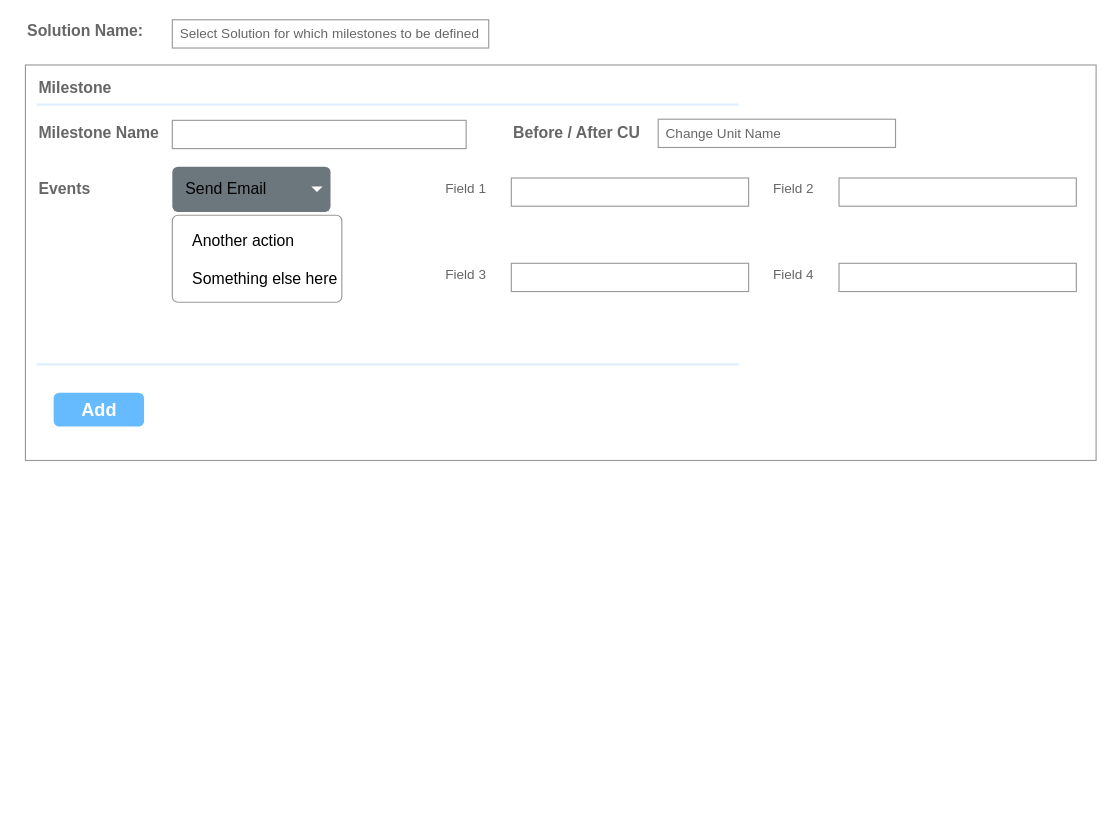
Above: SolutionJourny.drawio in bharathbv44/java (draw.io), before the change. Source tidied: cells renumbered, new cells numbered last; positions are measured from the earlier drawing's top-left corner, leaving out a move shared by most shapes. Both pictures are drawn from the tidied source at 113%, with x=0, y=0 at pixel (25, 64). Pictures stored in the file or linked from it are replaced by grey dashed boxes.
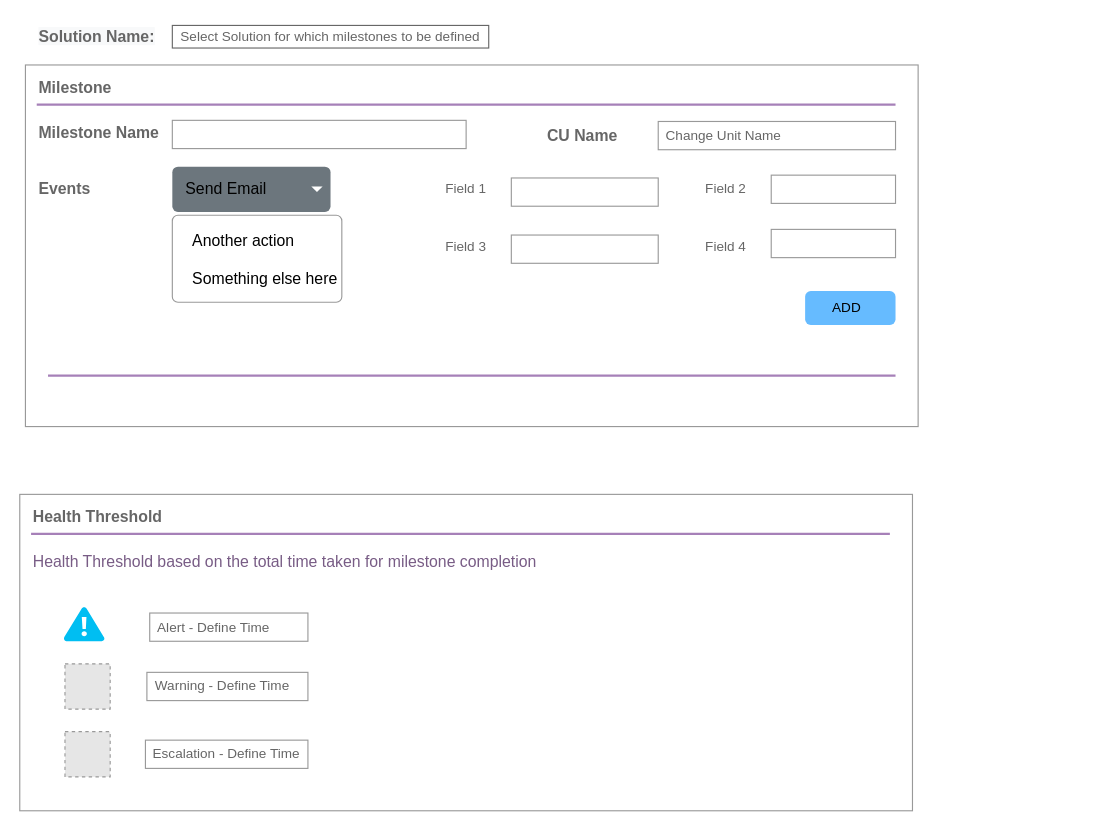
The same page after the edit.

What changed in the source:
```diff
@@
     <mxCell id="2" style="strokeWidth=1;shadow=0;dashed=0;align=center;html=1;shape=mxgraph.mockup.forms.rrect;rSize=0;strokeColor=#999999;fillColor=#ffffff;" parent="1" vertex="1">
-      <mxGeometry width="947.5" height="350" as="geometry" />
+      <mxGeometry width="790" height="320" as="geometry" />
     </mxCell>
+    <mxCell id="25" value="Field 1" style="strokeWidth=1;shadow=0;dashed=0;align=center;html=1;shape=mxgraph.mockup.forms.anchor;fontSize=12;fontColor=#666666;align=left;spacingLeft=0;" parent="1" vertex="1">
+      <mxGeometry x="370" y="100" width="110" height="20" as="geometry" />
+    </mxCell>
+    <mxCell id="26" value="Change Unit Name" style="strokeWidth=1;shadow=0;dashed=0;align=center;html=1;shape=mxgraph.mockup.forms.rrect;rSize=0;strokeColor=#999999;fontColor=#666666;align=left;spacingLeft=5;" parent="1" vertex="1">
+      <mxGeometry x="560" y="50" width="210" height="25" as="geometry" />
+    </mxCell>
-    <mxCell id="3" value="&lt;b style=&quot;font-size: 14px;&quot;&gt;Milestone&lt;/b&gt;" style="strokeWidth=1;shadow=0;dashed=0;align=center;html=1;shape=mxgraph.mockup.forms.anchor;fontSize=14;fontColor=#666666;align=left;spacingLeft=0;" parent="2" vertex="1">
-      <mxGeometry width="345" height="20" relative="1" as="geometry">
+    <mxCell id="3" value="&lt;b style=&quot;font-size: 14px;&quot;&gt;Milestone&lt;/b&gt;" style="strokeWidth=1;shadow=0;dashed=0;align=center;html=1;shape=mxgraph.mockup.forms.anchor;fontSize=14;fontColor=#666666;align=left;spacingLeft=0;" parent="1" vertex="1">
+      <mxGeometry width="345" height="20" as="geometry">
         <mxPoint x="10" y="10" as="offset" />
       </mxGeometry>
     </mxCell>
-    <mxCell id="4" style="shape=line;strokeColor=#ddeeff;strokeWidth=2;html=1;" parent="2" vertex="1">
-      <mxGeometry width="621" height="10" relative="1" as="geometry">
+    <mxCell id="4" style="shape=line;strokeWidth=2;html=1;strokeColor=#A680B8;" parent="1" vertex="1">
+      <mxGeometry x="10" y="30" width="760" height="10" as="geometry">
         <mxPoint x="10" y="30" as="offset" />
       </mxGeometry>
     </mxCell>
-    <mxCell id="5" value="&lt;b style=&quot;font-size: 14px;&quot;&gt;Solution Name:&lt;/b&gt;" style="strokeWidth=1;shadow=0;dashed=0;align=center;html=1;shape=mxgraph.mockup.forms.anchor;fontSize=14;fontColor=#666666;align=left;spacingLeft=0;" parent="2" vertex="1">
-      <mxGeometry width="345" height="20" relative="1" as="geometry">
-        <mxPoint y="-40" as="offset" />
-      </mxGeometry>
-    </mxCell>
-    <mxCell id="6" value="Select Solution for which milestones to be defined" style="strokeWidth=1;shadow=0;dashed=0;align=center;html=1;shape=mxgraph.mockup.forms.rrect;rSize=0;strokeColor=#999999;fontColor=#666666;align=left;spacingLeft=5;" parent="2" vertex="1">
-      <mxGeometry width="280" height="25" relative="1" as="geometry">
-        <mxPoint x="130" y="-40" as="offset" />
-      </mxGeometry>
-    </mxCell>
-    <mxCell id="7" value="&lt;b style=&quot;font-size: 14px;&quot;&gt;Milestone Name&lt;/b&gt;" style="strokeWidth=1;shadow=0;dashed=0;align=center;html=1;shape=mxgraph.mockup.forms.anchor;fontSize=14;fontColor=#666666;align=left;spacingLeft=0;" parent="2" vertex="1">
-      <mxGeometry width="110" height="20" relative="1" as="geometry">
+    <mxCell id="7" value="&lt;b style=&quot;font-size: 14px;&quot;&gt;Milestone Name&lt;/b&gt;" style="strokeWidth=1;shadow=0;dashed=0;align=center;html=1;shape=mxgraph.mockup.forms.anchor;fontSize=14;fontColor=#666666;align=left;spacingLeft=0;" parent="1" vertex="1">
+      <mxGeometry width="110" height="20" as="geometry">
         <mxPoint x="10" y="50" as="offset" />
       </mxGeometry>
     </mxCell>
-    <mxCell id="8" style="strokeWidth=1;shadow=0;dashed=0;align=center;html=1;shape=mxgraph.mockup.forms.rrect;rSize=0;strokeColor=#999999;fontColor=#666666;align=left;spacingLeft=5;" parent="2" vertex="1">
-      <mxGeometry width="260" height="25" relative="1" as="geometry">
+    <mxCell id="8" style="strokeWidth=1;shadow=0;dashed=0;align=center;html=1;shape=mxgraph.mockup.forms.rrect;rSize=0;strokeColor=#999999;fontColor=#666666;align=left;spacingLeft=5;" parent="1" vertex="1">
+      <mxGeometry x="130" y="49" width="260" height="25" as="geometry">
         <mxPoint x="130" y="49" as="offset" />
       </mxGeometry>
     </mxCell>
-    <mxCell id="9" style="shape=line;strokeColor=#ddeeff;strokeWidth=2;html=1;" parent="2" vertex="1">
-      <mxGeometry y="1" width="621" height="10" relative="1" as="geometry">
-        <mxPoint x="10" y="-90" as="offset" />
-      </mxGeometry>
-    </mxCell>
-    <mxCell id="10" value="Add" style="strokeWidth=1;shadow=0;dashed=0;align=center;html=1;shape=mxgraph.mockup.forms.rrect;rSize=5;strokeColor=none;fontColor=#ffffff;fillColor=#66bbff;fontSize=16;fontStyle=1;" parent="2" vertex="1">
-      <mxGeometry y="1" width="80" height="30" relative="1" as="geometry">
-        <mxPoint x="25" y="-60" as="offset" />
+    <mxCell id="10" style="strokeWidth=1;shadow=0;dashed=0;align=center;html=1;shape=mxgraph.mockup.forms.rrect;rSize=5;strokeColor=none;fontColor=#ffffff;fillColor=#66bbff;fontSize=16;fontStyle=1;" parent="1" vertex="1">
+      <mxGeometry x="690" y="200" width="80" height="30" as="geometry">
+        <mxPoint x="770" y="-130" as="offset" />
       </mxGeometry>
     </mxCell>
-    <mxCell id="11" value="Events" style="strokeWidth=1;shadow=0;dashed=0;align=center;html=1;shape=mxgraph.mockup.forms.anchor;fontSize=14;fontColor=#666666;align=left;spacingLeft=0;fontStyle=1;" parent="2" vertex="1">
+    <mxCell id="11" value="Events" style="strokeWidth=1;shadow=0;dashed=0;align=center;html=1;shape=mxgraph.mockup.forms.anchor;fontSize=14;fontColor=#666666;align=left;spacingLeft=0;fontStyle=1;" parent="1" vertex="1">
       <mxGeometry x="10" y="100" width="110" height="20" as="geometry" />
     </mxCell>
-    <mxCell id="12" value="&lt;span style=&quot;color: rgb(0 , 0 , 0)&quot;&gt;Send Email&lt;/span&gt;" style="html=1;shadow=0;dashed=0;shape=mxgraph.bootstrap.rrect;rSize=5;strokeColor=none;strokeWidth=1;fillColor=#6C767D;fontColor=#ffffff;whiteSpace=wrap;align=left;verticalAlign=middle;fontStyle=0;fontSize=14;spacingLeft=10;" parent="2" vertex="1">
+    <mxCell id="12" value="&lt;span style=&quot;color: rgb(0 , 0 , 0)&quot;&gt;Send Email&lt;/span&gt;" style="html=1;shadow=0;dashed=0;shape=mxgraph.bootstrap.rrect;rSize=5;strokeColor=none;strokeWidth=1;fillColor=#6C767D;fontColor=#ffffff;whiteSpace=wrap;align=left;verticalAlign=middle;fontStyle=0;fontSize=14;spacingLeft=10;" parent="1" vertex="1">
       <mxGeometry x="130" y="90" width="140" height="40" as="geometry" />
     </mxCell>
@@
-    <mxCell id="14" style="html=1;shadow=0;dashed=0;shape=mxgraph.bootstrap.rrect;rSize=5;fillColor=#ffffff;strokeColor=#999999;" parent="2" vertex="1">
+    <mxCell id="14" style="html=1;shadow=0;dashed=0;shape=mxgraph.bootstrap.rrect;rSize=5;fillColor=#ffffff;strokeColor=#999999;" parent="1" vertex="1">
       <mxGeometry x="130" y="133" width="150" height="77" as="geometry" />
     </mxCell>
@@
-    <mxCell id="17" style="strokeWidth=1;shadow=0;dashed=0;align=center;html=1;shape=mxgraph.mockup.forms.rrect;rSize=0;strokeColor=#999999;fontColor=#666666;align=left;spacingLeft=5;" parent="2" vertex="1">
-      <mxGeometry x="430" y="100" width="210" height="25" as="geometry" />
+    <mxCell id="17" style="strokeWidth=1;shadow=0;dashed=0;align=center;html=1;shape=mxgraph.mockup.forms.rrect;rSize=0;strokeColor=#999999;fontColor=#666666;align=left;spacingLeft=5;" parent="1" vertex="1">
+      <mxGeometry x="430" y="100" width="130" height="25" as="geometry" />
     </mxCell>
-    <mxCell id="18" style="strokeWidth=1;shadow=0;dashed=0;align=center;html=1;shape=mxgraph.mockup.forms.rrect;rSize=0;strokeColor=#999999;fontColor=#666666;align=left;spacingLeft=5;" parent="2" vertex="1">
-      <mxGeometry x="720" y="100" width="210" height="25" as="geometry" />
+    <mxCell id="18" style="strokeWidth=1;shadow=0;dashed=0;align=center;html=1;shape=mxgraph.mockup.forms.rrect;rSize=0;strokeColor=#999999;fontColor=#666666;align=left;spacingLeft=5;" parent="1" vertex="1">
+      <mxGeometry x="660" y="97.5" width="110" height="25" as="geometry" />
     </mxCell>
-    <mxCell id="19" value="Field 2" style="strokeWidth=1;shadow=0;dashed=0;align=center;html=1;shape=mxgraph.mockup.forms.anchor;fontSize=12;fontColor=#666666;align=left;spacingLeft=0;" parent="2" vertex="1">
-      <mxGeometry x="660" y="100" width="110" height="20" as="geometry" />
+    <mxCell id="19" value="Field 2" style="strokeWidth=1;shadow=0;dashed=0;align=center;html=1;shape=mxgraph.mockup.forms.anchor;fontSize=12;fontColor=#666666;align=left;spacingLeft=0;" parent="1" vertex="1">
+      <mxGeometry x="600" y="100" width="110" height="20" as="geometry" />
     </mxCell>
-    <mxCell id="20" style="strokeWidth=1;shadow=0;dashed=0;align=center;html=1;shape=mxgraph.mockup.forms.rrect;rSize=0;strokeColor=#999999;fontColor=#666666;align=left;spacingLeft=5;" parent="2" vertex="1">
-      <mxGeometry x="430" y="175.5" width="210" height="25" as="geometry" />
+    <mxCell id="20" style="strokeWidth=1;shadow=0;dashed=0;align=center;html=1;shape=mxgraph.mockup.forms.rrect;rSize=0;strokeColor=#999999;fontColor=#666666;align=left;spacingLeft=5;" parent="1" vertex="1">
+      <mxGeometry x="430" y="150.5" width="130" height="25" as="geometry" />
     </mxCell>
-    <mxCell id="21" style="strokeWidth=1;shadow=0;dashed=0;align=center;html=1;shape=mxgraph.mockup.forms.rrect;rSize=0;strokeColor=#999999;fontColor=#666666;align=left;spacingLeft=5;" parent="2" vertex="1">
-      <mxGeometry x="720" y="175.5" width="210" height="25" as="geometry" />
+    <mxCell id="21" style="strokeWidth=1;shadow=0;dashed=0;align=center;html=1;shape=mxgraph.mockup.forms.rrect;rSize=0;strokeColor=#999999;fontColor=#666666;align=left;spacingLeft=5;" parent="1" vertex="1">
+      <mxGeometry x="660" y="145.5" width="110" height="25" as="geometry" />
     </mxCell>
-    <mxCell id="22" value="Field 4" style="strokeWidth=1;shadow=0;dashed=0;align=center;html=1;shape=mxgraph.mockup.forms.anchor;fontSize=12;fontColor=#666666;align=left;spacingLeft=0;" parent="2" vertex="1">
-      <mxGeometry x="660" y="175.5" width="110" height="20" as="geometry" />
+    <mxCell id="22" value="Field 4" style="strokeWidth=1;shadow=0;dashed=0;align=center;html=1;shape=mxgraph.mockup.forms.anchor;fontSize=12;fontColor=#666666;align=left;spacingLeft=0;" parent="1" vertex="1">
+      <mxGeometry x="600" y="150.5" width="110" height="20" as="geometry" />
     </mxCell>
-    <mxCell id="23" value="Field 3" style="strokeWidth=1;shadow=0;dashed=0;align=center;html=1;shape=mxgraph.mockup.forms.anchor;fontSize=12;fontColor=#666666;align=left;spacingLeft=0;" parent="2" vertex="1">
-      <mxGeometry x="370" y="175.5" width="110" height="20" as="geometry" />
+    <mxCell id="23" value="Field 3" style="strokeWidth=1;shadow=0;dashed=0;align=center;html=1;shape=mxgraph.mockup.forms.anchor;fontSize=12;fontColor=#666666;align=left;spacingLeft=0;" parent="1" vertex="1">
+      <mxGeometry x="370" y="150.5" width="110" height="20" as="geometry" />
     </mxCell>
-    <mxCell id="24" value="&lt;b style=&quot;font-size: 14px;&quot;&gt;Before / After CU&lt;/b&gt;" style="strokeWidth=1;shadow=0;dashed=0;align=center;html=1;shape=mxgraph.mockup.forms.anchor;fontSize=14;fontColor=#666666;align=left;spacingLeft=0;" parent="2" vertex="1">
-      <mxGeometry x="430" y="50" width="110" height="20" as="geometry" />
+    <mxCell id="24" value="&lt;b style=&quot;font-size: 14px&quot;&gt;CU Name&lt;/b&gt;" style="strokeWidth=1;shadow=0;dashed=0;align=center;html=1;shape=mxgraph.mockup.forms.anchor;fontSize=14;fontColor=#666666;align=left;spacingLeft=0;" parent="1" vertex="1">
+      <mxGeometry x="460" y="52.5" width="110" height="20" as="geometry" />
     </mxCell>
-    <mxCell id="25" value="Field 1" style="strokeWidth=1;shadow=0;dashed=0;align=center;html=1;shape=mxgraph.mockup.forms.anchor;fontSize=12;fontColor=#666666;align=left;spacingLeft=0;" parent="1" vertex="1">
-      <mxGeometry x="370" y="100" width="110" height="20" as="geometry" />
-    </mxCell>
-    <mxCell id="26" value="Change Unit Name" style="strokeWidth=1;shadow=0;dashed=0;align=center;html=1;shape=mxgraph.mockup.forms.rrect;rSize=0;strokeColor=#999999;fontColor=#666666;align=left;spacingLeft=5;" parent="1" vertex="1">
-      <mxGeometry x="560" y="48" width="210" height="25" as="geometry" />
-    </mxCell>
+    <mxCell id="27" value="ADD" style="text;html=1;strokeColor=none;fillColor=none;align=center;verticalAlign=middle;whiteSpace=wrap;rounded=0;" parent="1" vertex="1">
+      <mxGeometry x="707" y="205" width="40" height="20" as="geometry" />
+    </mxCell>
+    <mxCell id="28" style="shape=line;strokeWidth=2;html=1;strokeColor=#A680B8;" parent="1" vertex="1">
+      <mxGeometry x="20" y="270" width="750" height="10" as="geometry">
+        <mxPoint x="10" y="30" as="offset" />
+      </mxGeometry>
+    </mxCell>
+    <mxCell id="6" value="&lt;span style=&quot;color: rgb(102 , 102 , 102) ; text-align: left&quot;&gt;Select Solution for which milestones to be defined&lt;/span&gt;" style="text;html=1;fillColor=none;align=center;verticalAlign=middle;whiteSpace=wrap;rounded=0;strokeColor=#666666;" parent="1" vertex="1">
+      <mxGeometry x="130" y="-35" width="280" height="20" as="geometry" />
+    </mxCell>
+    <mxCell id="5" value="&lt;b style=&quot;color: rgb(102, 102, 102); font-family: helvetica; font-size: 14px; font-style: normal; letter-spacing: normal; text-align: left; text-indent: 0px; text-transform: none; word-spacing: 0px; background-color: rgb(248, 249, 250);&quot;&gt;Solution Name:&lt;/b&gt;" style="text;whiteSpace=wrap;html=1;" parent="1" vertex="1">
+      <mxGeometry x="10" y="-40" width="130" height="30" as="geometry" />
+    </mxCell>
+    <mxCell id="29" style="strokeWidth=1;shadow=0;dashed=0;align=center;html=1;shape=mxgraph.mockup.forms.rrect;rSize=0;strokeColor=#999999;fillColor=#ffffff;" parent="1" vertex="1">
+      <mxGeometry x="-5" y="380" width="790" height="280" as="geometry" />
+    </mxCell>
+    <mxCell id="30" value="&lt;b style=&quot;font-size: 14px&quot;&gt;Health&amp;nbsp;&lt;/b&gt;&lt;b&gt;Threshold&lt;/b&gt;" style="strokeWidth=1;shadow=0;dashed=0;align=center;html=1;shape=mxgraph.mockup.forms.anchor;fontSize=14;fontColor=#666666;align=left;spacingLeft=0;" parent="1" vertex="1">
+      <mxGeometry x="-5" y="380" width="345" height="20" as="geometry">
+        <mxPoint x="10" y="10" as="offset" />
+      </mxGeometry>
+    </mxCell>
+    <mxCell id="31" style="shape=line;strokeWidth=2;html=1;strokeColor=#A680B8;" parent="1" vertex="1">
+      <mxGeometry x="5" y="410" width="760" height="10" as="geometry">
+        <mxPoint x="10" y="30" as="offset" />
+      </mxGeometry>
+    </mxCell>
+    <mxCell id="32" value="Health Threshold based on the total time taken for milestone completion" style="text;html=1;strokeColor=none;fillColor=none;align=left;verticalAlign=middle;whiteSpace=wrap;rounded=0;fontColor=#785C85;fontSize=14;" parent="1" vertex="1">
+      <mxGeometry x="5" y="430" width="490" height="20" as="geometry" />
+    </mxCell>
+    <mxCell id="33" style="verticalLabelPosition=bottom;html=1;verticalAlign=top;align=center;strokeColor=none;fillColor=#00BEF2;shape=mxgraph.azure.azure_alert;fontSize=14;fontColor=#785C85;" parent="1" vertex="1">
+      <mxGeometry x="34" y="480" width="36" height="30" as="geometry" />
+    </mxCell>
+    <mxCell id="34" style="fillColor=#E6E6E6;strokeColor=#999999;dashed=1;html=1;verticalAlign=top;verticalLabelPosition=bottom;labelBackgroundColor=#ffffff;fontSize=14;fontColor=#785C85;align=left;" parent="1" vertex="1">
+      <mxGeometry x="35" y="530" width="40" height="40" as="geometry" />
+    </mxCell>
+    <mxCell id="35" style="fillColor=#E6E6E6;strokeColor=#999999;dashed=1;html=1;verticalAlign=top;verticalLabelPosition=bottom;labelBackgroundColor=#ffffff;fontSize=14;fontColor=#785C85;align=left;" parent="1" vertex="1">
+      <mxGeometry x="35" y="590" width="40" height="40" as="geometry" />
+    </mxCell>
+    <mxCell id="36" value="Alert - Define Time" style="strokeWidth=1;shadow=0;dashed=0;align=center;html=1;shape=mxgraph.mockup.forms.rrect;rSize=0;strokeColor=#999999;fontColor=#666666;align=left;spacingLeft=5;" parent="1" vertex="1">
+      <mxGeometry x="110" y="485" width="140" height="25" as="geometry" />
+    </mxCell>
+    <mxCell id="37" value="Warning - Define Time" style="strokeWidth=1;shadow=0;dashed=0;align=center;html=1;shape=mxgraph.mockup.forms.rrect;rSize=0;strokeColor=#999999;fontColor=#666666;align=left;spacingLeft=5;" parent="1" vertex="1">
+      <mxGeometry x="107.5" y="537.5" width="142.5" height="25" as="geometry" />
+    </mxCell>
+    <mxCell id="38" value="Escalation - Define Time" style="strokeWidth=1;shadow=0;dashed=0;align=center;html=1;shape=mxgraph.mockup.forms.rrect;rSize=0;strokeColor=#999999;fontColor=#666666;align=left;spacingLeft=5;" parent="1" vertex="1">
+      <mxGeometry x="106.2" y="597.5" width="143.8" height="25" as="geometry" />
+    </mxCell>
```
